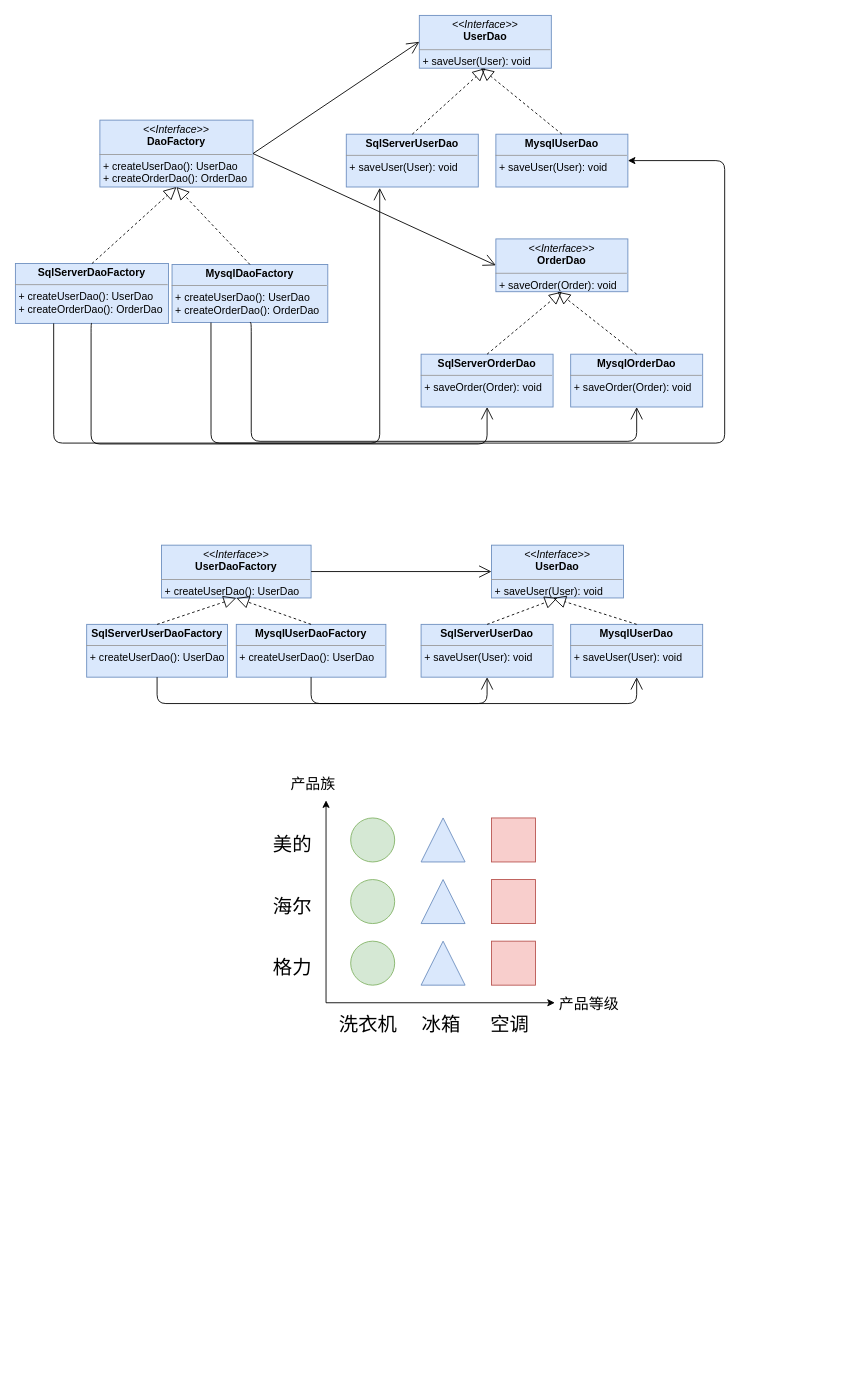
Before: 设计模式.drawio in onwayboy/-, a draw.io diagram. Source tidied: cells renumbered, new cells numbered last; positions are measured from the earlier drawing's top-left corner, leaving out a move shared by most shapes. Both pictures are drawn from the tidied source at 88%, with x=0, y=0 at pixel (15, 15).
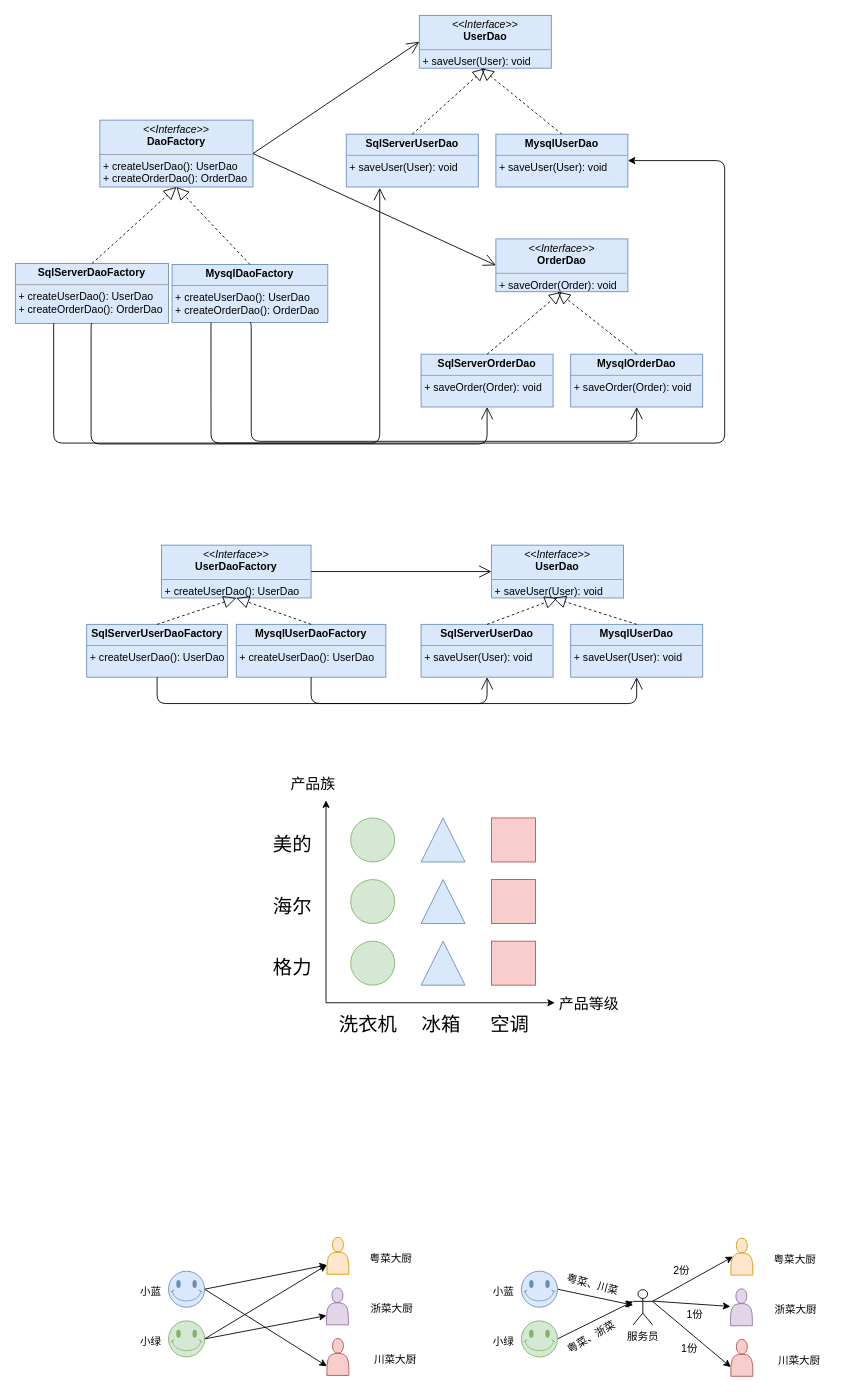
The same diagram, later.

Change to the diagram source:
```diff
@@
+    <mxCell id="55" style="rounded=0;jettySize=auto;html=1;exitX=1;exitY=0.5;exitDx=0;exitDy=0;exitPerimeter=0;entryX=0;entryY=0.75;entryDx=0;entryDy=0;" parent="1" edge="1" source="57" target="67">
+      <mxGeometry relative="1" as="geometry" />
+    </mxCell>
+    <mxCell id="56" style="edgeStyle=none;rounded=0;jettySize=auto;html=1;exitX=1;exitY=0.5;exitDx=0;exitDy=0;exitPerimeter=0;entryX=0;entryY=0.75;entryDx=0;entryDy=0;" parent="1" edge="1" source="57" target="58">
+      <mxGeometry relative="1" as="geometry" />
+    </mxCell>
+    <mxCell id="57" style="verticalLabelPosition=bottom;verticalAlign=top;html=1;shape=mxgraph.basic.smiley;fillColor=#dae8fc;strokeColor=#6c8ebf;" parent="1" vertex="1">
+      <mxGeometry x="174" y="1427" width="41" height="41" as="geometry" />
+    </mxCell>
+    <mxCell id="58" style="shape=actor;whiteSpace=wrap;html=1;fillColor=#ffe6cc;strokeColor=#d79b00;" parent="1" vertex="1">
+      <mxGeometry x="354" y="1388.5" width="25" height="42" as="geometry" />
+    </mxCell>
+    <mxCell id="59" style="edgeStyle=none;rounded=0;jettySize=auto;html=1;exitX=1;exitY=0.3333333333333333;exitDx=0;exitDy=0;exitPerimeter=0;entryX=0.1;entryY=0.5;entryDx=0;entryDy=0;entryPerimeter=0;" parent="1" edge="1" source="62" target="75">
+      <mxGeometry relative="1" as="geometry" />
+    </mxCell>
+    <mxCell id="60" style="edgeStyle=none;rounded=0;jettySize=auto;html=1;" parent="1" edge="1" target="78">
+      <mxGeometry relative="1" as="geometry">
+        <mxPoint x="724" y="1461" as="sourcePoint" />
+      </mxGeometry>
+    </mxCell>
+    <mxCell id="61" style="edgeStyle=none;rounded=0;jettySize=auto;html=1;exitX=1;exitY=0.3333333333333333;exitDx=0;exitDy=0;exitPerimeter=0;entryX=0;entryY=0.75;entryDx=0;entryDy=0;" parent="1" edge="1" source="62" target="79">
+      <mxGeometry relative="1" as="geometry" />
+    </mxCell>
+    <mxCell id="62" value="服务员" style="shape=umlActor;verticalLabelPosition=bottom;labelBackgroundColor=#ffffff;verticalAlign=top;html=1;outlineConnect=0;" parent="1" vertex="1">
+      <mxGeometry x="702" y="1448" width="22" height="40" as="geometry" />
+    </mxCell>
+    <mxCell id="63" style="edgeStyle=none;rounded=0;jettySize=auto;html=1;exitX=1;exitY=0.5;exitDx=0;exitDy=0;exitPerimeter=0;entryX=0;entryY=0.75;entryDx=0;entryDy=0;" parent="1" edge="1" source="65" target="66">
+      <mxGeometry relative="1" as="geometry" />
+    </mxCell>
+    <mxCell id="64" style="edgeStyle=none;rounded=0;jettySize=auto;html=1;exitX=1;exitY=0.5;exitDx=0;exitDy=0;exitPerimeter=0;entryX=0;entryY=0.75;entryDx=0;entryDy=0;" parent="1" edge="1" source="65" target="58">
+      <mxGeometry relative="1" as="geometry" />
+    </mxCell>
+    <mxCell id="65" style="verticalLabelPosition=bottom;verticalAlign=top;html=1;shape=mxgraph.basic.smiley;fillColor=#d5e8d4;strokeColor=#82b366;" parent="1" vertex="1">
+      <mxGeometry x="174" y="1483.5" width="41" height="41" as="geometry" />
+    </mxCell>
+    <mxCell id="66" style="shape=actor;whiteSpace=wrap;html=1;fillColor=#e1d5e7;strokeColor=#9673a6;" parent="1" vertex="1">
+      <mxGeometry x="353.5" y="1446" width="25" height="42" as="geometry" />
+    </mxCell>
+    <mxCell id="67" style="shape=actor;whiteSpace=wrap;html=1;fillColor=#f8cecc;strokeColor=#b85450;" parent="1" vertex="1">
+      <mxGeometry x="354" y="1503.5" width="25" height="42" as="geometry" />
+    </mxCell>
+    <mxCell id="68" value="小蓝" style="text;html=1;align=left;verticalAlign=top;spacingTop=-4;" parent="1" vertex="1">
+      <mxGeometry x="140" y="1440.5" width="34" height="14" as="geometry" />
+    </mxCell>
+    <mxCell id="69" value="小绿" style="text;html=1;align=left;verticalAlign=top;spacingTop=-4;" parent="1" vertex="1">
+      <mxGeometry x="140" y="1496.5" width="34" height="14" as="geometry" />
+    </mxCell>
+    <mxCell id="70" value="粤菜大厨" style="text;html=1;align=left;verticalAlign=top;spacingTop=-4;" parent="1" vertex="1">
+      <mxGeometry x="401" y="1402.5" width="58" height="14" as="geometry" />
+    </mxCell>
+    <mxCell id="71" value="浙菜大厨" style="text;html=1;align=left;verticalAlign=top;spacingTop=-4;" parent="1" vertex="1">
+      <mxGeometry x="402" y="1460" width="58" height="14" as="geometry" />
+    </mxCell>
+    <mxCell id="72" value="川菜大厨" style="text;html=1;align=left;verticalAlign=top;spacingTop=-4;" parent="1" vertex="1">
+      <mxGeometry x="406" y="1517.5" width="58" height="14" as="geometry" />
+    </mxCell>
+    <mxCell id="73" style="edgeStyle=none;rounded=0;jettySize=auto;html=1;exitX=1;exitY=0.5;exitDx=0;exitDy=0;exitPerimeter=0;" parent="1" edge="1" source="74" target="62">
+      <mxGeometry relative="1" as="geometry" />
+    </mxCell>
+    <mxCell id="74" style="verticalLabelPosition=bottom;verticalAlign=top;html=1;shape=mxgraph.basic.smiley;fillColor=#dae8fc;strokeColor=#6c8ebf;" parent="1" vertex="1">
+      <mxGeometry x="575" y="1427" width="41" height="41" as="geometry" />
+    </mxCell>
+    <mxCell id="75" style="shape=actor;whiteSpace=wrap;html=1;fillColor=#ffe6cc;strokeColor=#d79b00;" parent="1" vertex="1">
+      <mxGeometry x="813" y="1389.5" width="25" height="42" as="geometry" />
+    </mxCell>
+    <mxCell id="76" style="edgeStyle=none;rounded=0;jettySize=auto;html=1;exitX=1;exitY=0.5;exitDx=0;exitDy=0;exitPerimeter=0;entryX=0;entryY=0.3333333333333333;entryDx=0;entryDy=0;entryPerimeter=0;" parent="1" edge="1" source="77" target="62">
+      <mxGeometry relative="1" as="geometry" />
+    </mxCell>
+    <mxCell id="77" style="verticalLabelPosition=bottom;verticalAlign=top;html=1;shape=mxgraph.basic.smiley;fillColor=#d5e8d4;strokeColor=#82b366;" parent="1" vertex="1">
+      <mxGeometry x="575" y="1483.5" width="41" height="41" as="geometry" />
+    </mxCell>
+    <mxCell id="78" style="shape=actor;whiteSpace=wrap;html=1;fillColor=#e1d5e7;strokeColor=#9673a6;" parent="1" vertex="1">
+      <mxGeometry x="812.5" y="1447" width="25" height="42" as="geometry" />
+    </mxCell>
+    <mxCell id="79" style="shape=actor;whiteSpace=wrap;html=1;fillColor=#f8cecc;strokeColor=#b85450;" parent="1" vertex="1">
+      <mxGeometry x="813" y="1504.5" width="25" height="42" as="geometry" />
+    </mxCell>
+    <mxCell id="80" value="小蓝" style="text;html=1;align=left;verticalAlign=top;spacingTop=-4;" parent="1" vertex="1">
+      <mxGeometry x="541" y="1440.5" width="34" height="14" as="geometry" />
+    </mxCell>
+    <mxCell id="81" value="小绿" style="text;html=1;align=left;verticalAlign=top;spacingTop=-4;" parent="1" vertex="1">
+      <mxGeometry x="541" y="1496.5" width="34" height="14" as="geometry" />
+    </mxCell>
+    <mxCell id="82" value="粤菜大厨" style="text;html=1;align=left;verticalAlign=top;spacingTop=-4;" parent="1" vertex="1">
+      <mxGeometry x="860" y="1403.5" width="58" height="14" as="geometry" />
+    </mxCell>
+    <mxCell id="83" value="浙菜大厨" style="text;html=1;align=left;verticalAlign=top;spacingTop=-4;" parent="1" vertex="1">
+      <mxGeometry x="861" y="1461" width="58" height="14" as="geometry" />
+    </mxCell>
+    <mxCell id="84" value="川菜大厨" style="text;html=1;align=left;verticalAlign=top;spacingTop=-4;" parent="1" vertex="1">
+      <mxGeometry x="865" y="1518.5" width="58" height="14" as="geometry" />
+    </mxCell>
+    <mxCell id="85" value="粤菜、川菜" style="text;html=1;align=left;verticalAlign=top;spacingTop=-4;rotation=15;" parent="1" vertex="1">
+      <mxGeometry x="625" y="1433.5" width="70" height="14" as="geometry" />
+    </mxCell>
+    <mxCell id="86" value="粤菜、浙菜" style="text;html=1;align=left;verticalAlign=top;spacingTop=-4;rotation=-30;" parent="1" vertex="1">
+      <mxGeometry x="621" y="1490.5" width="70" height="14" as="geometry" />
+    </mxCell>
+    <mxCell id="87" value="2份" style="text;html=1;align=left;verticalAlign=top;spacingTop=-4;" parent="1" vertex="1">
+      <mxGeometry x="746" y="1416.5" width="29" height="14" as="geometry" />
+    </mxCell>
+    <mxCell id="88" value="1份" style="text;html=1;align=left;verticalAlign=top;spacingTop=-4;" parent="1" vertex="1">
+      <mxGeometry x="760.5" y="1467" width="29" height="14" as="geometry" />
+    </mxCell>
+    <mxCell id="89" value="1份" style="text;html=1;align=left;verticalAlign=top;spacingTop=-4;" parent="1" vertex="1">
+      <mxGeometry x="755" y="1504.5" width="29" height="14" as="geometry" />
+    </mxCell>
```
